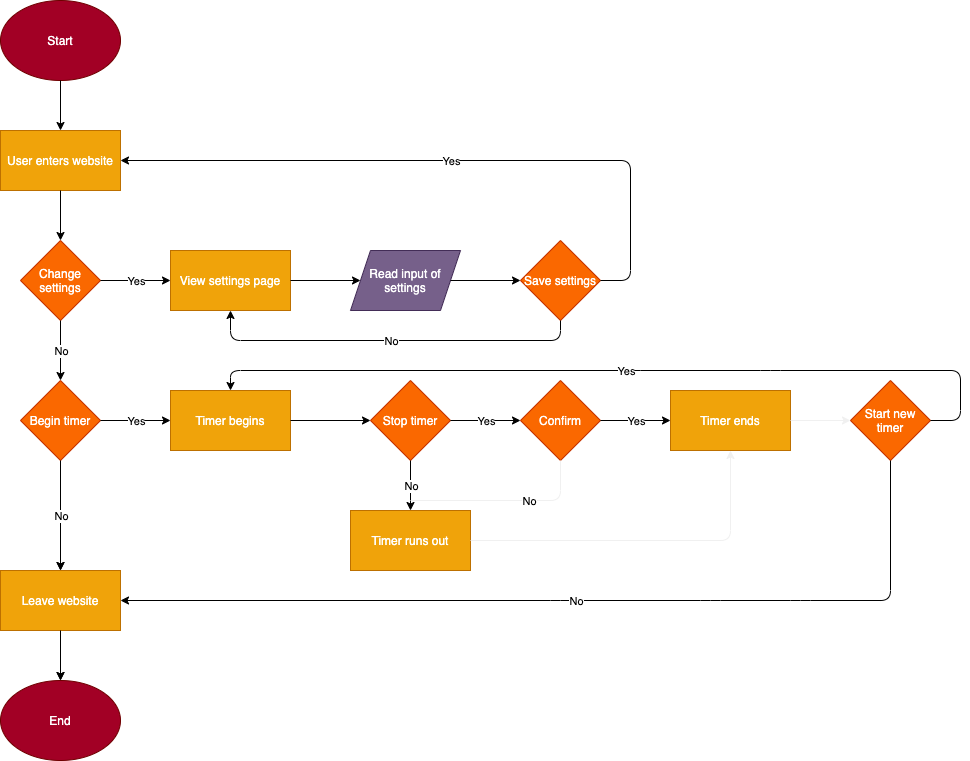
Before: specs/flowchart.drawio.png, a diagram exported from draw.io (19lmyers/cse110-w21-group14). Source tidied: cells renumbered, new cells last; positions are measured from the earlier drawing's top-left corner, leaving out a move shared by most shapes.
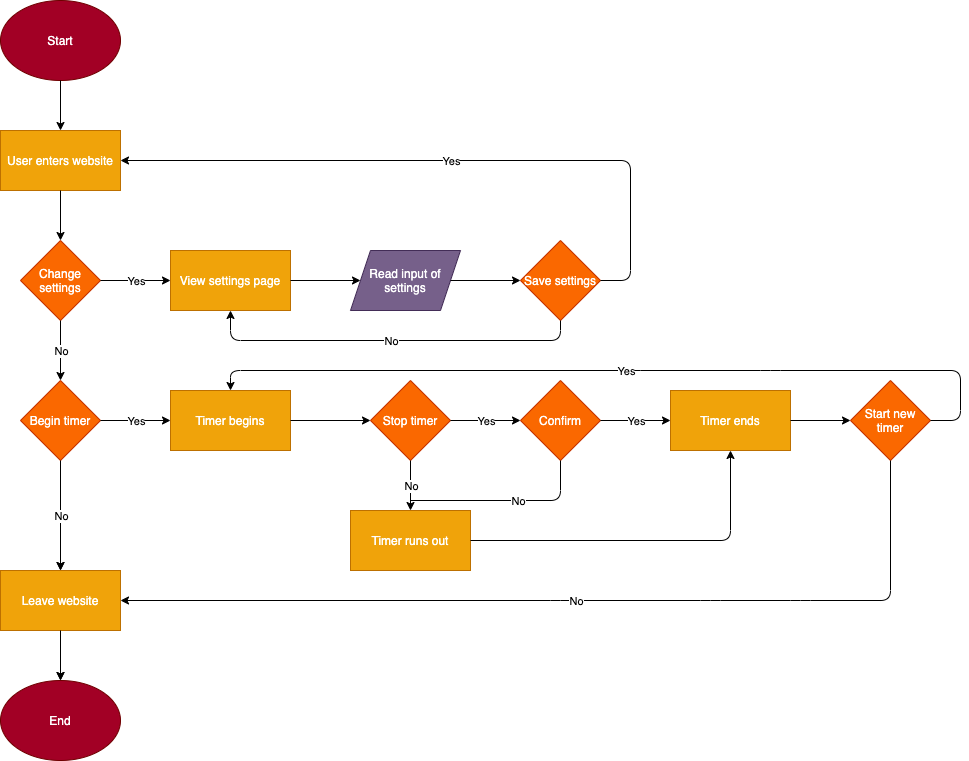
After the commit.

What changed in the source:
```diff
@@ -160,29 +160,31 @@
     <mxCell id="45" value="Yes" style="edgeLabel;html=1;align=center;verticalAlign=middle;" parent="44" vertex="1">
       <mxGeometry relative="1" as="geometry" />
     </mxCell>
-    <mxCell id="46" style="endArrow=none;html=1;strokeColor=#f0f0f0;entryX=0.5;entryY=1;entryDx=0;entryDy=0;" parent="1" edge="1" target="43">
-      <mxGeometry relative="1" as="geometry">
-        <mxPoint x="410" y="500" as="sourcePoint" />
-        <Array as="points">
-          <mxPoint x="560" y="500" />
-        </Array>
-      </mxGeometry>
-    </mxCell>
-    <mxCell id="47" value="No" style="edgeLabel;html=1;align=center;verticalAlign=middle;" parent="46" vertex="1">
-      <mxGeometry x="0.25" relative="1" as="geometry" />
-    </mxCell>
     <mxCell id="48" value="Timer ends" style="rounded=0;whiteSpace=wrap;html=1;fillColor=#f0a30a;strokeColor=#BD7000;fontColor=#ffffff;" parent="1" vertex="1">
       <mxGeometry x="670" y="390" width="120" height="60" as="geometry" />
     </mxCell>
-    <mxCell id="49" style="endArrow=classic;html=1;strokeColor=#f0f0f0;exitX=1;exitY=0.5;exitDx=0;exitDy=0;entryX=0.5;entryY=1;entryDx=0;entryDy=0;" parent="1" edge="1" source="31" target="48">
+    <mxCell id="49" style="endArrow=classic;html=1;exitX=1;exitY=0.5;exitDx=0;exitDy=0;entryX=0.5;entryY=1;entryDx=0;entryDy=0;" parent="1" edge="1" source="31" target="48">
       <mxGeometry relative="1" as="geometry">
         <Array as="points">
           <mxPoint x="730" y="540" />
         </Array>
       </mxGeometry>
     </mxCell>
-    <mxCell id="50" style="endArrow=classic;html=1;strokeColor=#f0f0f0;exitX=1;exitY=0.5;exitDx=0;exitDy=0;entryX=0;entryY=0.5;entryDx=0;entryDy=0;" parent="1" edge="1" source="48" target="32">
+    <mxCell id="50" style="endArrow=classic;html=1;exitX=1;exitY=0.5;exitDx=0;exitDy=0;" parent="1" edge="1" source="48" target="32">
       <mxGeometry relative="1" as="geometry" />
     </mxCell>
+    <mxCell id="51" style="endArrow=none;html=1;entryX=0.5;entryY=1;entryDx=0;entryDy=0;" parent="1" edge="1" target="43">
+      <mxGeometry relative="1" as="geometry">
+        <mxPoint x="410" y="500" as="sourcePoint" />
+        <Array as="points">
+          <mxPoint x="560" y="500" />
+        </Array>
+      </mxGeometry>
+    </mxCell>
+    <mxCell id="47" value="No" style="edgeLabel;html=1;align=center;verticalAlign=middle;" parent="51" vertex="1">
+      <mxGeometry x="0.13" y="-3" relative="1" as="geometry">
+        <mxPoint y="-3" as="offset" />
+      </mxGeometry>
+    </mxCell>
   </root>
 </mxGraphModel>
```
